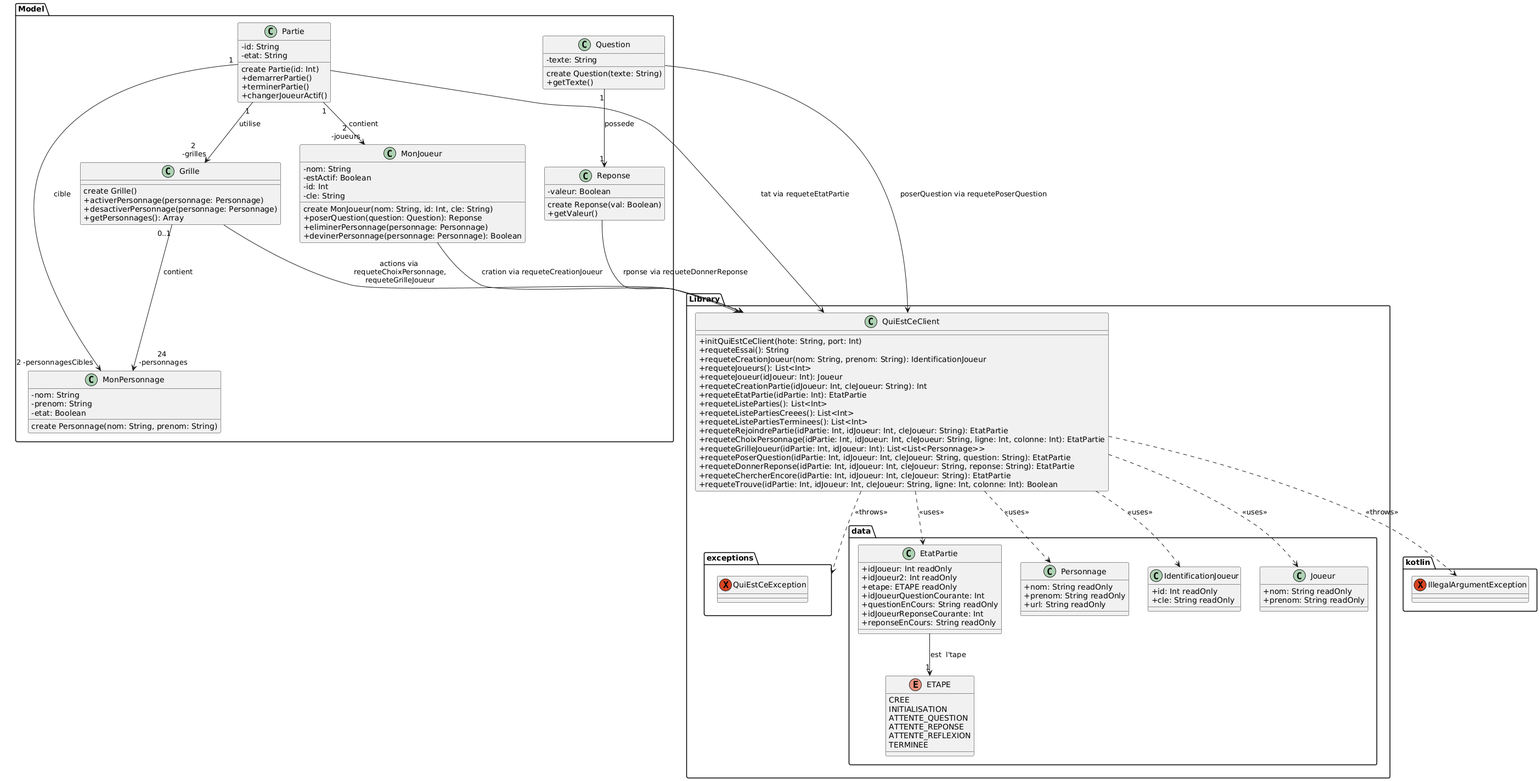
The PlantUML diagram documentation/ConceptionArchitecturale.png in KoThek64/Jeu_Qui_Est_Ce, before a commit.
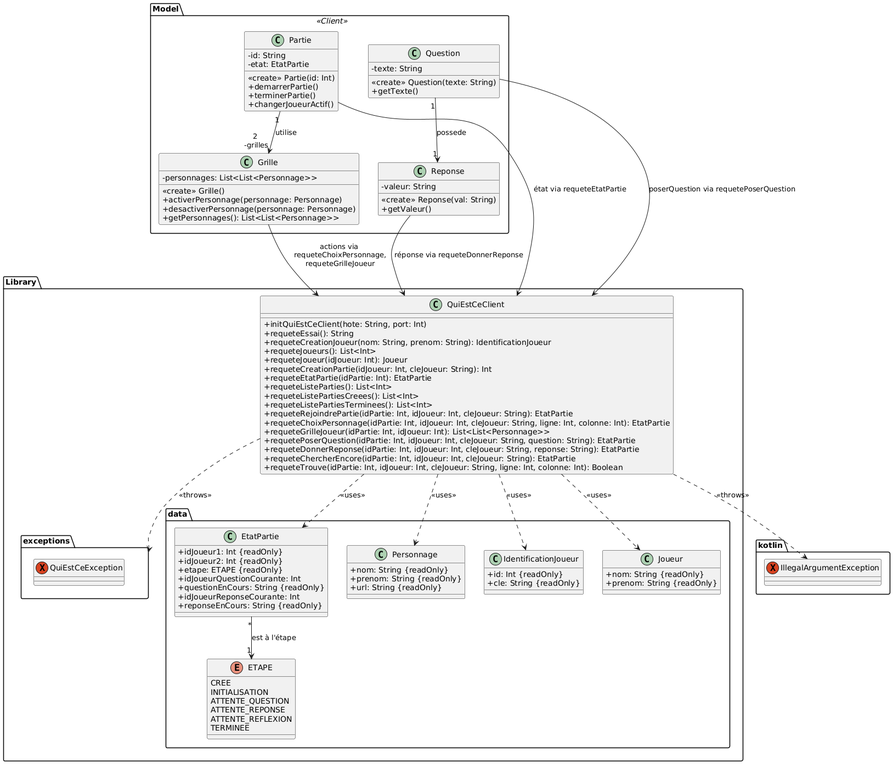
The same diagram one commit later.

Commit message:
changements dans l'UML conception architecturale (Axel et Diego)

What changed in the source:
```diff
@@ -88,22 +88,11 @@
 }
 
 
-package Model {
-
-    class MonJoueur {
-    -nom: String
-    -estActif: Boolean
-    -id: Int
-    -cle: String
-    <<create>> MonJoueur(nom: String, id: Int, cle: String)
-    +poserQuestion(question: Question): Reponse
-    +eliminerPersonnage(personnage: Personnage)
-    +devinerPersonnage(personnage: Personnage): Boolean
-  }
+package Model <<Client>> {
 
   class Partie {
     -id: String
-    -etat: String
+    -etat: EtatPartie
     <<create>> Partie(id: Int)
     +demarrerPartie()
     +terminerPartie()
@@ -111,18 +100,14 @@
   }
 
   class Grille {
+    -personnages: List<List<Personnage>>
     <<create>> Grille()
     +activerPersonnage(personnage: Personnage)
     +desactiverPersonnage(personnage: Personnage)
-    +getPersonnages(): Array
+    +getPersonnages(): List<List<Personnage>>
   }
 
-  class MonPersonnage {
-    -nom: String
-    -prenom: String
-    -etat: Boolean
-    <<create>> Personnage(nom: String, prenom: String)
-  }
+
 
   class Question {
     -texte: String
@@ -131,21 +116,17 @@
   }
 
   class Reponse {
-    -valeur: Boolean
-    <<create>> Reponse(val: Boolean)
+    -valeur: String
+    <<create>> Reponse(val: String)
     +getValeur()
   }
 
-  Partie "1" --> "2\n -joueurs" MonJoueur : contient
   Question "1" --> "1" Reponse : possede
   Partie "1" --> "2\n -grilles" Grille : utilise
-  Grille "0..1" --> "24\n -personnages" MonPersonnage : contient
-  Partie "1" --> "2 -personnagesCibles" MonPersonnage : cible
 
 }
 
 Partie --> QuiEstCeClient : état via requeteEtatPartie
-MonJoueur --> QuiEstCeClient : création via requeteCreationJoueur
 Grille --> QuiEstCeClient : actions via\n requeteChoixPersonnage,\n requeteGrilleJoueur
 Question --> QuiEstCeClient : poserQuestion via requetePoserQuestion
 Reponse --> QuiEstCeClient : réponse via requeteDonnerReponse
```
